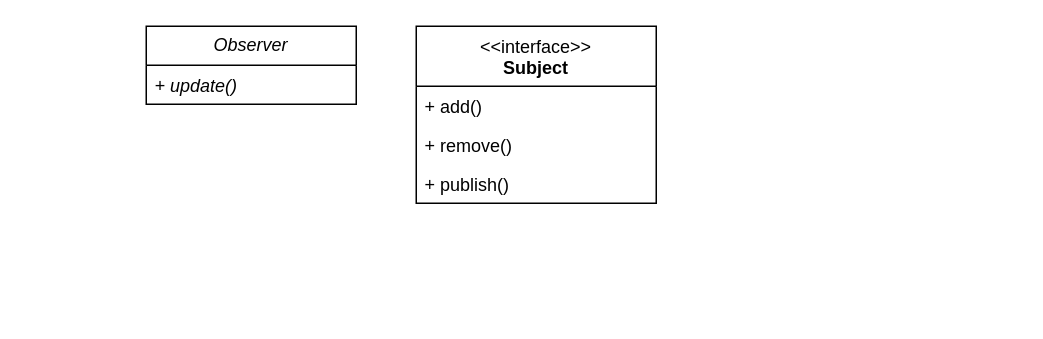
Earlier version of the draw.io diagram observer.drawio (joelau71/uml). Source tidied: cells renumbered, new cells numbered last; positions are measured from the earlier drawing's top-left corner, leaving out a move shared by most shapes. Both pictures are drawn from the tidied source at 150%, with x=0, y=0 at pixel (146, 26).
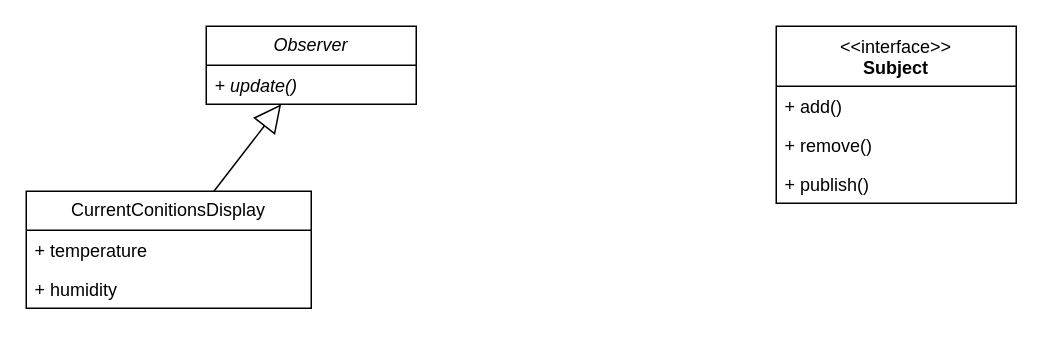
The same diagram, later.

Diff of the diagram source:
```diff
@@
 <mxGraphModel>
   <root>
     <mxCell id="0" />
     <mxCell id="1" parent="0" />
     <mxCell id="2" value="&lt;i&gt;Observer&lt;/i&gt;" style="swimlane;fontStyle=0;horizontal=1;startSize=26;fillColor=none;whiteSpace=wrap;html=1;" parent="1" vertex="1">
-      <mxGeometry width="140" height="52" as="geometry" />
+      <mxGeometry x="40" width="140" height="52" as="geometry" />
     </mxCell>
     <mxCell id="3" value="&lt;i&gt;+ update()&lt;/i&gt;" style="text;strokeColor=none;fillColor=none;align=left;verticalAlign=top;spacingLeft=4;spacingRight=4;overflow=hidden;whiteSpace=wrap;html=1;" parent="2" vertex="1">
       <mxGeometry y="26" width="140" height="26" as="geometry" />
     </mxCell>
     <mxCell id="4" value="&lt;span style=&quot;font-weight: normal;&quot;&gt;&amp;lt;&amp;lt;interface&amp;gt;&amp;gt;&lt;br&gt;&lt;/span&gt;Subject" style="swimlane;fontStyle=1;align=center;verticalAlign=top;horizontal=1;startSize=40;whiteSpace=wrap;html=1;" parent="1" vertex="1">
-      <mxGeometry x="180" width="160" height="118" as="geometry" />
+      <mxGeometry x="420" width="160" height="118" as="geometry" />
     </mxCell>
     <mxCell id="5" value="+ add()" style="text;strokeColor=none;fillColor=none;align=left;verticalAlign=top;spacingLeft=4;spacingRight=4;overflow=hidden;whiteSpace=wrap;html=1;" parent="4" vertex="1">
       <mxGeometry y="40" width="160" height="26" as="geometry" />
     </mxCell>
     <mxCell id="6" value="+ remove()" style="text;strokeColor=none;fillColor=none;align=left;verticalAlign=top;spacingLeft=4;spacingRight=4;overflow=hidden;whiteSpace=wrap;html=1;" parent="4" vertex="1">
       <mxGeometry y="66" width="160" height="26" as="geometry" />
     </mxCell>
     <mxCell id="7" value="+ publish()" style="text;strokeColor=none;fillColor=none;align=left;verticalAlign=top;spacingLeft=4;spacingRight=4;overflow=hidden;whiteSpace=wrap;html=1;" parent="4" vertex="1">
       <mxGeometry y="92" width="160" height="26" as="geometry" />
     </mxCell>
+    <mxCell id="8" value="CurrentConitionsDisplay" style="swimlane;fontStyle=0;horizontal=1;startSize=26;fillColor=none;whiteSpace=wrap;html=1;" parent="1" vertex="1">
+      <mxGeometry x="-80" y="110" width="190" height="78" as="geometry" />
+    </mxCell>
+    <mxCell id="9" value="+ temperature" style="text;strokeColor=none;fillColor=none;align=left;verticalAlign=top;spacingLeft=4;spacingRight=4;overflow=hidden;whiteSpace=wrap;html=1;" parent="8" vertex="1">
+      <mxGeometry y="26" width="190" height="26" as="geometry" />
+    </mxCell>
+    <mxCell id="10" value="+ humidity" style="text;strokeColor=none;fillColor=none;align=left;verticalAlign=top;spacingLeft=4;spacingRight=4;overflow=hidden;whiteSpace=wrap;html=1;" parent="8" vertex="1">
+      <mxGeometry y="52" width="190" height="26" as="geometry" />
+    </mxCell>
+    <mxCell id="11" style="endArrow=block;endSize=16;endFill=0;html=1;rounded=0;" parent="1" edge="1" source="8" target="2">
+      <mxGeometry relative="1" as="geometry" />
+    </mxCell>
   </root>
 </mxGraphModel>
```
